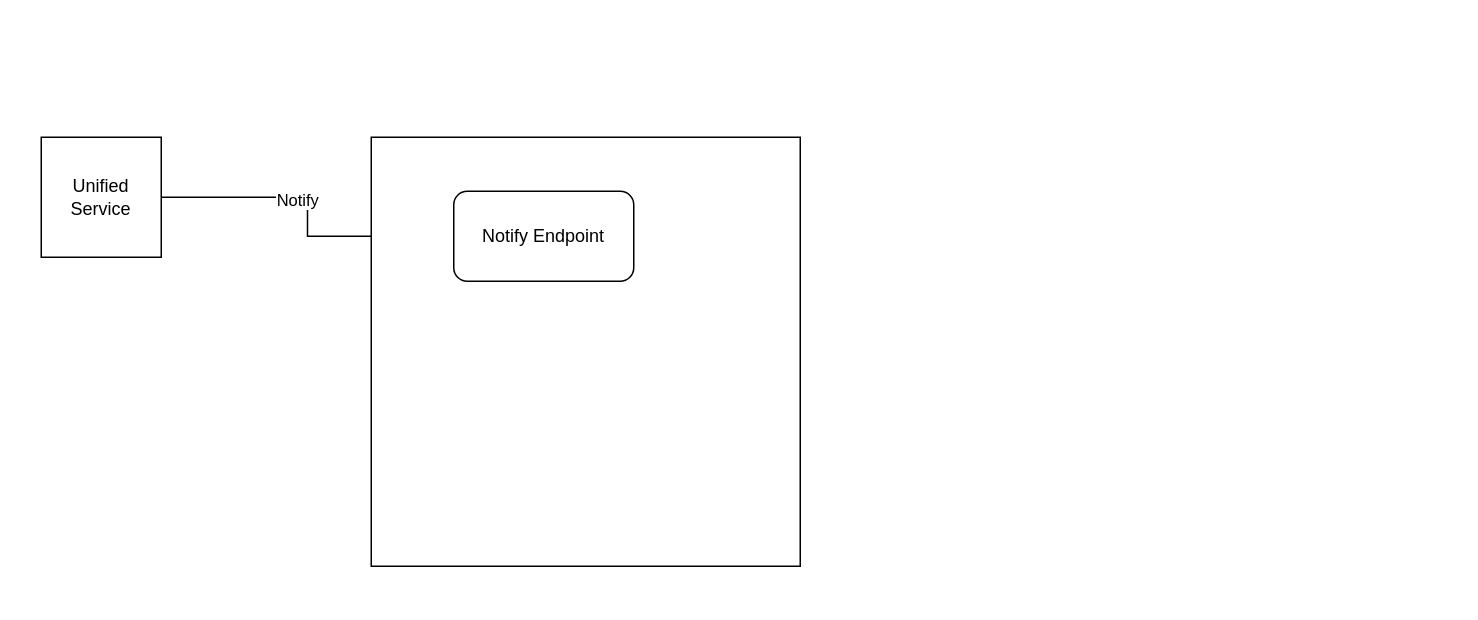
Before: Untitled Diagram.drawio in jinnatan/design, a draw.io diagram. Source tidied: cells renumbered, new cells numbered last; positions are measured from the earlier drawing's top-left corner, leaving out a move shared by most shapes. Both pictures are drawn from the tidied source at 150%, with x=0, y=0 at pixel (40, 136).
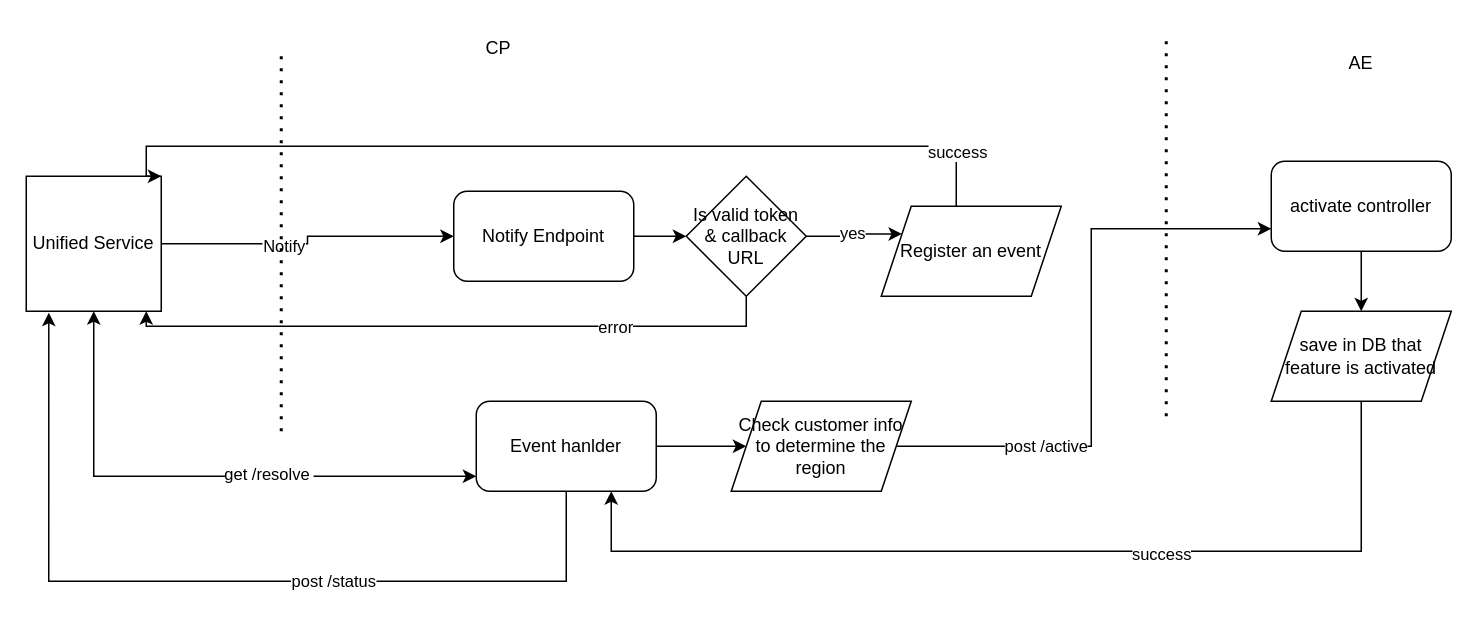
After the change.

Unchanged cells that the change refers to:
```xml
<mxCell id="6" value="Notify Endpoint" style="rounded=1;whiteSpace=wrap;html=1;" parent="1" vertex="1">
  <mxGeometry x="275" y="36" width="120" height="60" as="geometry" />
</mxCell>
```

What changed in the source:
```diff
@@
     <mxCell id="4" value="Unified Service" style="whiteSpace=wrap;html=1;" parent="1" vertex="1">
-      <mxGeometry width="80" height="80" as="geometry" />
+      <mxGeometry x="-10" y="26" width="90" height="90" as="geometry" />
     </mxCell>
-    <mxCell id="5" style="whiteSpace=wrap;html=1;" parent="1" vertex="1">
-      <mxGeometry x="220" width="286" height="286" as="geometry" />
-    </mxCell>
+    <mxCell id="7" style="edgeStyle=orthogonalEdgeStyle;rounded=0;jettySize=auto;html=1;" parent="1" edge="1" source="6" target="13">
+      <mxGeometry relative="1" as="geometry" />
+    </mxCell>
@@
+    <mxCell id="8" style="endArrow=none;dashed=1;html=1;dashPattern=1 3;strokeWidth=2;rounded=0;" parent="1" edge="1">
+      <mxGeometry relative="1" as="geometry">
+        <mxPoint x="160" y="196" as="sourcePoint" />
+        <mxPoint x="160" y="-54" as="targetPoint" />
+      </mxGeometry>
+    </mxCell>
+    <mxCell id="9" value="CP" style="text;html=1;strokeColor=none;fillColor=none;align=center;verticalAlign=middle;whiteSpace=wrap;rounded=0;" parent="1" vertex="1">
+      <mxGeometry x="275" y="-74" width="60" height="30" as="geometry" />
+    </mxCell>
+    <mxCell id="10" value="yes" style="edgeStyle=orthogonalEdgeStyle;rounded=0;jettySize=auto;html=1;entryX=0;entryY=0.25;entryDx=0;entryDy=0;" parent="1" edge="1" source="13" target="25">
+      <mxGeometry relative="1" as="geometry" />
+    </mxCell>
+    <mxCell id="11" style="edgeStyle=orthogonalEdgeStyle;rounded=0;jettySize=auto;html=1;" parent="1" edge="1" source="13">
+      <mxGeometry relative="1" as="geometry">
+        <mxPoint x="70" y="116" as="targetPoint" />
+        <Array as="points">
+          <mxPoint x="470" y="126" />
+          <mxPoint x="70" y="126" />
+        </Array>
+      </mxGeometry>
+    </mxCell>
+    <mxCell id="12" value="error" style="edgeLabel;html=1;align=center;verticalAlign=middle;" parent="11" vertex="1">
+      <mxGeometry x="-0.5" relative="1" as="geometry" />
+    </mxCell>
+    <mxCell id="13" value="Is valid token &amp;amp; callback URL" style="rhombus;whiteSpace=wrap;html=1;" parent="1" vertex="1">
+      <mxGeometry x="430" y="26" width="80" height="80" as="geometry" />
+    </mxCell>
+    <mxCell id="14" style="edgeStyle=orthogonalEdgeStyle;rounded=0;jettySize=auto;html=1;entryX=0;entryY=0.5;entryDx=0;entryDy=0;" parent="1" edge="1" source="17" target="24">
+      <mxGeometry relative="1" as="geometry" />
+    </mxCell>
+    <mxCell id="15" style="edgeStyle=orthogonalEdgeStyle;rounded=0;jettySize=auto;html=1;entryX=0.167;entryY=1.011;entryDx=0;entryDy=0;entryPerimeter=0;" parent="1" edge="1" source="17" target="4">
+      <mxGeometry relative="1" as="geometry">
+        <Array as="points">
+          <mxPoint x="350" y="296" />
+          <mxPoint x="5" y="296" />
+        </Array>
+      </mxGeometry>
+    </mxCell>
+    <mxCell id="16" value="post /status" style="edgeLabel;html=1;align=center;verticalAlign=middle;" parent="15" vertex="1">
+      <mxGeometry x="-0.26" y="-1" relative="1" as="geometry" />
+    </mxCell>
+    <mxCell id="17" value="Event hanlder" style="rounded=1;whiteSpace=wrap;html=1;" parent="1" vertex="1">
+      <mxGeometry x="290" y="176" width="120" height="60" as="geometry" />
+    </mxCell>
+    <mxCell id="18" style="edgeStyle=orthogonalEdgeStyle;rounded=0;jettySize=auto;html=1;entryX=1;entryY=0;entryDx=0;entryDy=0;" parent="1" edge="1" source="25" target="4">
+      <mxGeometry relative="1" as="geometry">
+        <Array as="points">
+          <mxPoint x="610" y="6" />
+          <mxPoint x="70" y="6" />
+        </Array>
+      </mxGeometry>
+    </mxCell>
+    <mxCell id="19" value="success" style="edgeLabel;html=1;align=center;verticalAlign=middle;" parent="18" vertex="1">
+      <mxGeometry x="-0.87" y="3" relative="1" as="geometry" />
+    </mxCell>
+    <mxCell id="20" style="endArrow=none;dashed=1;html=1;dashPattern=1 3;strokeWidth=2;rounded=0;" parent="1" edge="1">
+      <mxGeometry relative="1" as="geometry">
+        <mxPoint x="750" y="186" as="sourcePoint" />
+        <mxPoint x="750" y="-64" as="targetPoint" />
+      </mxGeometry>
+    </mxCell>
+    <mxCell id="21" value="AE" style="text;html=1;strokeColor=none;fillColor=none;align=center;verticalAlign=middle;whiteSpace=wrap;rounded=0;" parent="1" vertex="1">
+      <mxGeometry x="850" y="-64" width="60" height="30" as="geometry" />
+    </mxCell>
+    <mxCell id="22" style="edgeStyle=orthogonalEdgeStyle;rounded=0;jettySize=auto;html=1;entryX=0;entryY=0.75;entryDx=0;entryDy=0;" parent="1" edge="1" source="24" target="29">
+      <mxGeometry relative="1" as="geometry" />
+    </mxCell>
+    <mxCell id="23" value="post /active" style="edgeLabel;html=1;align=center;verticalAlign=middle;" parent="22" vertex="1">
+      <mxGeometry x="-0.5" y="1" relative="1" as="geometry" />
+    </mxCell>
+    <mxCell id="24" value="Check customer info to determine the region" style="shape=parallelogram;perimeter=parallelogramPerimeter;whiteSpace=wrap;html=1;fixedSize=1;" parent="1" vertex="1">
+      <mxGeometry x="460" y="176" width="120" height="60" as="geometry" />
+    </mxCell>
+    <mxCell id="25" value="Register an event" style="shape=parallelogram;perimeter=parallelogramPerimeter;whiteSpace=wrap;html=1;fixedSize=1;" parent="1" vertex="1">
+      <mxGeometry x="560" y="46" width="120" height="60" as="geometry" />
+    </mxCell>
+    <mxCell id="26" style="endArrow=classic;startArrow=classic;html=1;rounded=0;" parent="1" edge="1" source="4">
+      <mxGeometry relative="1" as="geometry">
+        <mxPoint x="290" y="226" as="targetPoint" />
+        <Array as="points">
+          <mxPoint x="35" y="226" />
+        </Array>
+      </mxGeometry>
+    </mxCell>
+    <mxCell id="27" value="get /resolve&amp;nbsp;" style="edgeLabel;html=1;align=center;verticalAlign=middle;" parent="26" vertex="1">
+      <mxGeometry x="0.24" y="2" relative="1" as="geometry" />
+    </mxCell>
+    <mxCell id="28" style="edgeStyle=orthogonalEdgeStyle;rounded=0;jettySize=auto;html=1;" parent="1" edge="1" source="29" target="32">
+      <mxGeometry relative="1" as="geometry" />
+    </mxCell>
+    <mxCell id="29" value="activate controller" style="rounded=1;whiteSpace=wrap;html=1;" parent="1" vertex="1">
+      <mxGeometry x="820" y="16" width="120" height="60" as="geometry" />
+    </mxCell>
+    <mxCell id="30" style="edgeStyle=orthogonalEdgeStyle;rounded=0;jettySize=auto;html=1;entryX=0.75;entryY=1;entryDx=0;entryDy=0;" parent="1" edge="1" source="32" target="17">
+      <mxGeometry relative="1" as="geometry">
+        <Array as="points">
+          <mxPoint x="880" y="276" />
+          <mxPoint x="380" y="276" />
+        </Array>
+      </mxGeometry>
+    </mxCell>
+    <mxCell id="31" value="success" style="edgeLabel;html=1;align=center;verticalAlign=middle;" parent="30" vertex="1">
+      <mxGeometry x="-0.27" y="1" relative="1" as="geometry" />
+    </mxCell>
+    <mxCell id="32" value="save in DB that feature is activated" style="shape=parallelogram;perimeter=parallelogramPerimeter;whiteSpace=wrap;html=1;fixedSize=1;" parent="1" vertex="1">
+      <mxGeometry x="820" y="116" width="120" height="60" as="geometry" />
+    </mxCell>
```
